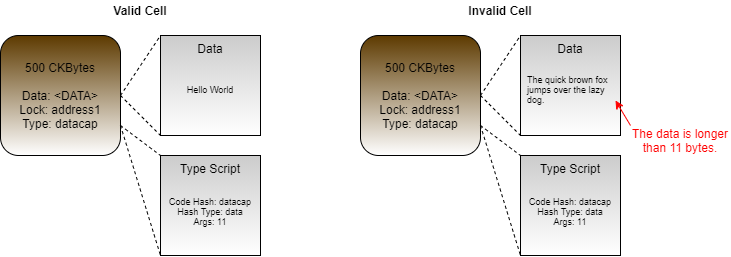
jordanmack/developer-training-course-documentation keeps this draw.io diagram as .gitbook/assets/valid-invalid (2).png. Above is the earlier version. Source tidied: cells renumbered, new cells last; positions are measured from the earlier drawing's top-left corner, leaving out a move shared by most shapes. Source of this version:
```xml
<mxGraphModel>
  <root>
    <mxCell id="0" />
    <mxCell id="1" parent="0" />
    <mxCell id="2" value="500 CKBytes&lt;br style=&quot;font-size: 12px&quot;&gt;&lt;br style=&quot;font-size: 12px&quot;&gt;Data: &amp;lt;DATA&amp;gt;&lt;br style=&quot;font-size: 12px&quot;&gt;Lock: address1&lt;br style=&quot;font-size: 12px&quot;&gt;Type: datacap" style="rounded=1;whiteSpace=wrap;html=1;fontSize=12;gradientColor=#ffffff;fillColor=#5D3A00;" parent="1" vertex="1">
      <mxGeometry y="35" width="120" height="120" as="geometry" />
    </mxCell>
    <mxCell id="3" value="&lt;div&gt;&lt;span&gt;Data&lt;/span&gt;&lt;/div&gt;" style="rounded=0;whiteSpace=wrap;html=1;gradientColor=#ffffff;fillColor=#CCCCCC;verticalAlign=top;align=center;" parent="1" vertex="1">
      <mxGeometry x="160" y="35" width="100" height="100" as="geometry" />
    </mxCell>
    <mxCell id="4" value="&lt;div&gt;&lt;span&gt;Type Script&lt;/span&gt;&lt;/div&gt;&lt;div&gt;&lt;br&gt;&lt;/div&gt;" style="rounded=0;whiteSpace=wrap;html=1;gradientColor=#ffffff;fillColor=#CCCCCC;verticalAlign=top;align=center;" parent="1" vertex="1">
      <mxGeometry x="160" y="155" width="100" height="100" as="geometry" />
    </mxCell>
    <mxCell id="5" style="endArrow=none;dashed=1;html=1;exitX=1;exitY=0.5;exitDx=0;exitDy=0;entryX=0;entryY=0;entryDx=0;entryDy=0;" parent="1" edge="1" source="2" target="3">
      <mxGeometry relative="1" as="geometry" />
    </mxCell>
    <mxCell id="6" style="endArrow=none;dashed=1;html=1;exitX=1;exitY=0.75;exitDx=0;exitDy=0;entryX=0;entryY=0;entryDx=0;entryDy=0;" parent="1" edge="1" source="2" target="4">
      <mxGeometry relative="1" as="geometry" />
    </mxCell>
    <mxCell id="7" style="endArrow=none;dashed=1;html=1;exitX=1;exitY=0.5;exitDx=0;exitDy=0;entryX=0;entryY=1;entryDx=0;entryDy=0;" parent="1" edge="1" source="2" target="3">
      <mxGeometry relative="1" as="geometry" />
    </mxCell>
    <mxCell id="8" style="endArrow=none;dashed=1;html=1;entryX=0;entryY=1;entryDx=0;entryDy=0;exitX=1;exitY=0.75;exitDx=0;exitDy=0;" parent="1" edge="1" source="2" target="4">
      <mxGeometry relative="1" as="geometry" />
    </mxCell>
    <mxCell id="9" value="&lt;div&gt;&lt;span&gt;Hello World&lt;/span&gt;&lt;/div&gt;" style="text;html=1;strokeColor=none;fillColor=none;align=center;verticalAlign=middle;whiteSpace=wrap;rounded=0;fontSize=9;" parent="1" vertex="1">
      <mxGeometry x="180" y="72.5" width="60" height="32.5" as="geometry" />
    </mxCell>
    <mxCell id="10" value="&lt;div&gt;&lt;span&gt;Code Hash: datacap&lt;/span&gt;&lt;/div&gt;&lt;div&gt;&lt;span&gt;Hash Type: data&lt;/span&gt;&lt;/div&gt;&lt;div&gt;Args: 11&lt;/div&gt;" style="text;html=1;strokeColor=none;fillColor=none;align=center;verticalAlign=middle;whiteSpace=wrap;rounded=0;fontSize=9;" parent="1" vertex="1">
      <mxGeometry x="160" y="195" width="100" height="32.5" as="geometry" />
    </mxCell>
    <mxCell id="11" value="500 CKBytes&lt;br style=&quot;font-size: 12px&quot;&gt;&lt;br style=&quot;font-size: 12px&quot;&gt;Data: &amp;lt;DATA&amp;gt;&lt;br style=&quot;font-size: 12px&quot;&gt;Lock: address1&lt;br style=&quot;font-size: 12px&quot;&gt;Type: datacap" style="rounded=1;whiteSpace=wrap;html=1;fontSize=12;gradientColor=#ffffff;fillColor=#5D3A00;" parent="1" vertex="1">
      <mxGeometry x="360" y="35" width="120" height="120" as="geometry" />
    </mxCell>
    <mxCell id="12" value="&lt;div&gt;&lt;span&gt;Data&lt;/span&gt;&lt;/div&gt;" style="rounded=0;whiteSpace=wrap;html=1;gradientColor=#ffffff;fillColor=#CCCCCC;verticalAlign=top;align=center;" parent="1" vertex="1">
      <mxGeometry x="520" y="35" width="100" height="100" as="geometry" />
    </mxCell>
    <mxCell id="13" style="endArrow=none;dashed=1;html=1;exitX=1;exitY=0.5;exitDx=0;exitDy=0;entryX=0;entryY=0;entryDx=0;entryDy=0;" parent="1" edge="1" source="11" target="12">
      <mxGeometry relative="1" as="geometry" />
    </mxCell>
    <mxCell id="14" style="endArrow=none;dashed=1;html=1;exitX=1;exitY=0.5;exitDx=0;exitDy=0;entryX=0;entryY=1;entryDx=0;entryDy=0;" parent="1" edge="1" source="11" target="12">
      <mxGeometry relative="1" as="geometry" />
    </mxCell>
    <mxCell id="15" value="The quick brown fox jumps over the lazy dog." style="text;html=1;strokeColor=none;fillColor=none;align=left;verticalAlign=middle;whiteSpace=wrap;rounded=0;fontSize=9;" parent="1" vertex="1">
      <mxGeometry x="525" y="66.2" width="90" height="45" as="geometry" />
    </mxCell>
    <mxCell id="16" value="Valid Cell" style="text;html=1;strokeColor=none;fillColor=none;align=center;verticalAlign=middle;whiteSpace=wrap;rounded=0;fontSize=12;fontStyle=1;" parent="1" vertex="1">
      <mxGeometry x="90" width="100" height="20" as="geometry" />
    </mxCell>
    <mxCell id="17" value="Invalid Cell" style="text;html=1;strokeColor=none;fillColor=none;align=center;verticalAlign=middle;whiteSpace=wrap;rounded=0;fontSize=12;fontStyle=1;" parent="1" vertex="1">
      <mxGeometry x="450" width="100" height="20" as="geometry" />
    </mxCell>
    <mxCell id="18" style="endArrow=classic;html=1;fontColor=#FF0000;strokeColor=#FF0000;entryX=1;entryY=0.75;entryDx=0;entryDy=0;exitX=0;exitY=0;exitDx=0;exitDy=0;" parent="1" edge="1" source="23" target="15">
      <mxGeometry relative="1" as="geometry" />
    </mxCell>
    <mxCell id="19" value="&lt;div&gt;&lt;span&gt;Type Script&lt;/span&gt;&lt;/div&gt;&lt;div&gt;&lt;br&gt;&lt;/div&gt;" style="rounded=0;whiteSpace=wrap;html=1;gradientColor=#ffffff;fillColor=#CCCCCC;verticalAlign=top;align=center;" parent="1" vertex="1">
      <mxGeometry x="520" y="155" width="100" height="100" as="geometry" />
    </mxCell>
    <mxCell id="20" style="endArrow=none;dashed=1;html=1;exitX=1;exitY=0.75;exitDx=0;exitDy=0;entryX=0;entryY=0;entryDx=0;entryDy=0;" parent="1" edge="1" target="19">
      <mxGeometry relative="1" as="geometry">
        <mxPoint x="480" y="125" as="sourcePoint" />
      </mxGeometry>
    </mxCell>
    <mxCell id="21" style="endArrow=none;dashed=1;html=1;entryX=0;entryY=1;entryDx=0;entryDy=0;exitX=1;exitY=0.75;exitDx=0;exitDy=0;" parent="1" edge="1" target="19">
      <mxGeometry relative="1" as="geometry">
        <mxPoint x="480" y="125" as="sourcePoint" />
      </mxGeometry>
    </mxCell>
    <mxCell id="22" value="&lt;div&gt;&lt;span&gt;Code Hash: datacap&lt;/span&gt;&lt;/div&gt;&lt;div&gt;&lt;span&gt;Hash Type: data&lt;/span&gt;&lt;/div&gt;&lt;div&gt;Args: 11&lt;/div&gt;" style="text;html=1;strokeColor=none;fillColor=none;align=center;verticalAlign=middle;whiteSpace=wrap;rounded=0;fontSize=9;" parent="1" vertex="1">
      <mxGeometry x="520" y="195" width="100" height="32.5" as="geometry" />
    </mxCell>
    <mxCell id="23" value="The data is longer than 11 bytes." style="text;html=1;strokeColor=none;fillColor=none;align=center;verticalAlign=middle;whiteSpace=wrap;rounded=0;fontColor=#FF0000;" parent="1" vertex="1">
      <mxGeometry x="630" y="125" width="100" height="30" as="geometry" />
    </mxCell>
  </root>
</mxGraphModel>
```
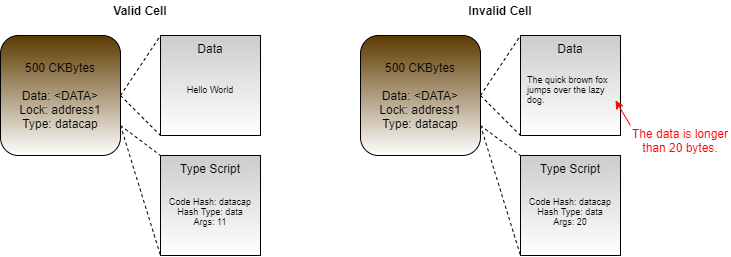
After the change.

Commit message:
GitBook: [master] no pages and one asset modified

The edit, as a diff of the source:
```diff
@@ -66,10 +66,10 @@
         <mxPoint x="480" y="125" as="sourcePoint" />
       </mxGeometry>
     </mxCell>
-    <mxCell id="22" value="&lt;div&gt;&lt;span&gt;Code Hash: datacap&lt;/span&gt;&lt;/div&gt;&lt;div&gt;&lt;span&gt;Hash Type: data&lt;/span&gt;&lt;/div&gt;&lt;div&gt;Args: 11&lt;/div&gt;" style="text;html=1;strokeColor=none;fillColor=none;align=center;verticalAlign=middle;whiteSpace=wrap;rounded=0;fontSize=9;" parent="1" vertex="1">
+    <mxCell id="22" value="&lt;div&gt;&lt;span&gt;Code Hash: datacap&lt;/span&gt;&lt;/div&gt;&lt;div&gt;&lt;span&gt;Hash Type: data&lt;/span&gt;&lt;/div&gt;&lt;div&gt;Args: 20&lt;/div&gt;" style="text;html=1;strokeColor=none;fillColor=none;align=center;verticalAlign=middle;whiteSpace=wrap;rounded=0;fontSize=9;" parent="1" vertex="1">
       <mxGeometry x="520" y="195" width="100" height="32.5" as="geometry" />
     </mxCell>
-    <mxCell id="23" value="The data is longer than 11 bytes." style="text;html=1;strokeColor=none;fillColor=none;align=center;verticalAlign=middle;whiteSpace=wrap;rounded=0;fontColor=#FF0000;" parent="1" vertex="1">
+    <mxCell id="23" value="The data is longer than 20 bytes." style="text;html=1;strokeColor=none;fillColor=none;align=center;verticalAlign=middle;whiteSpace=wrap;rounded=0;fontColor=#FF0000;" parent="1" vertex="1">
       <mxGeometry x="630" y="125" width="100" height="30" as="geometry" />
     </mxCell>
   </root>
```
